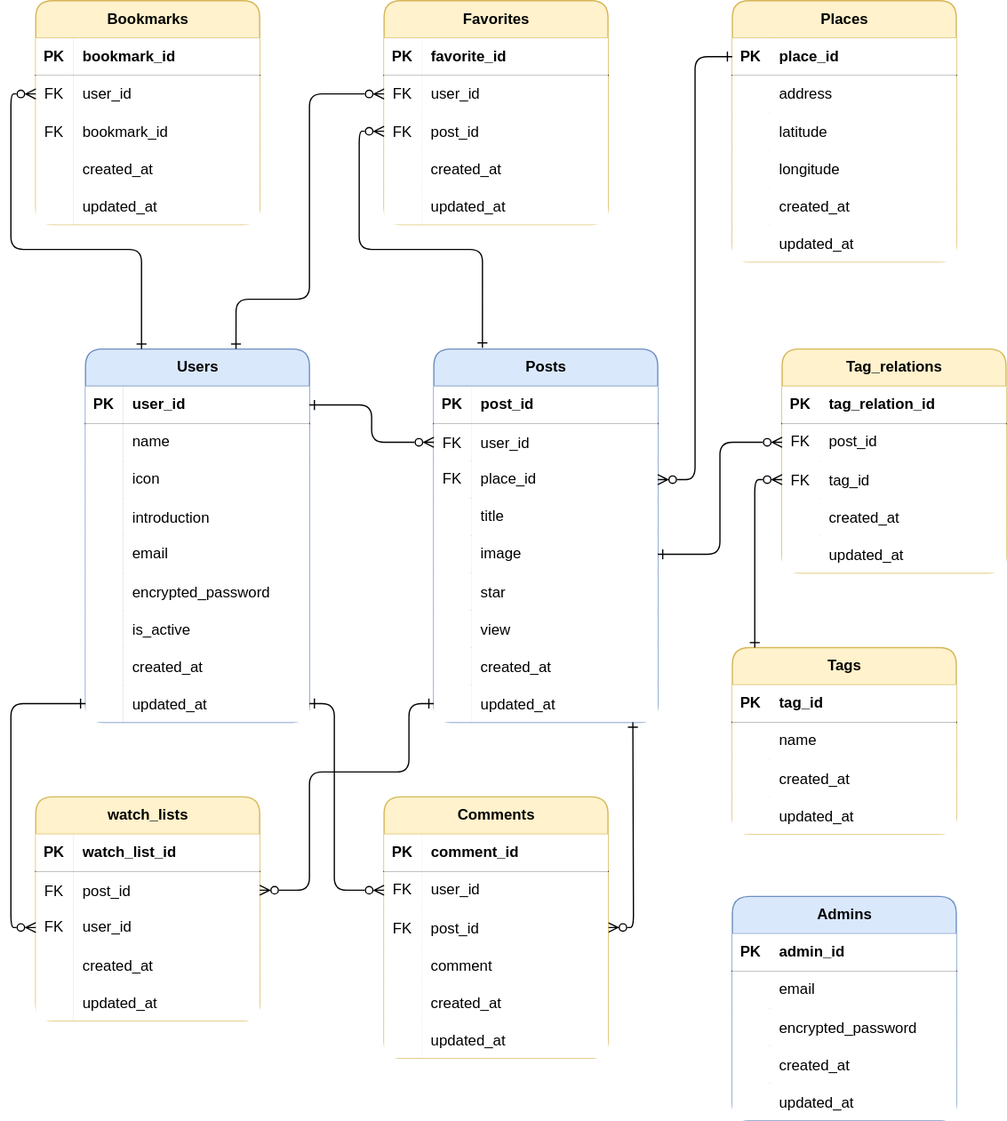
This is ER.drawio.svg from takaTWC/discoverplaces, a draw.io export, as it was before one commit. Source tidied: cells renumbered, new cells last; positions are measured from the earlier drawing's top-left corner, leaving out a move shared by most shapes.
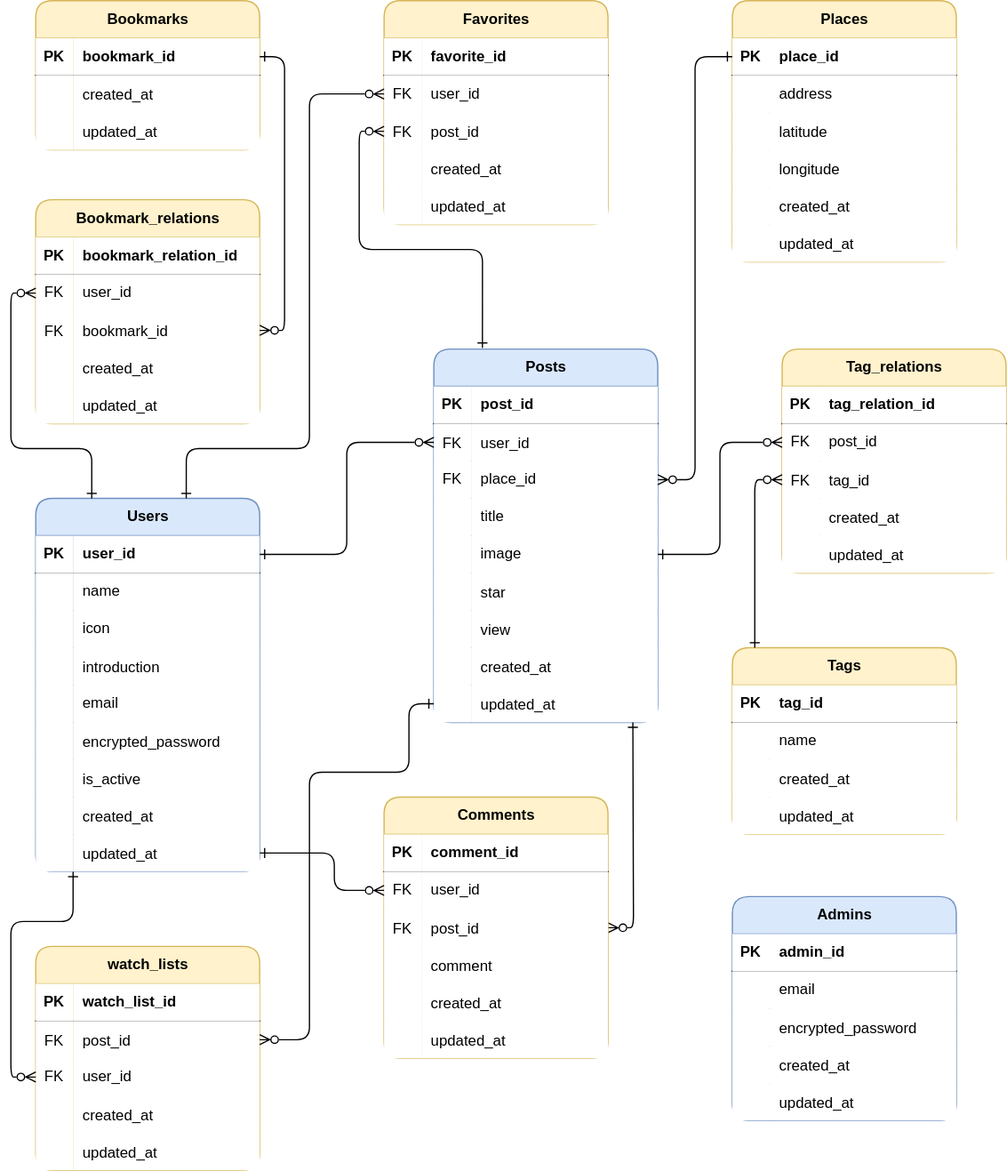
The same diagram one commit later.

Change to the diagram source:
```diff
@@ -3,7 +3,7 @@
     <mxCell id="0" />
     <mxCell id="1" parent="0" />
     <mxCell id="2" value="Users" style="shape=table;startSize=30;rowLines=0;fontStyle=1;align=center;html=1;fillColor=#dae8fc;rounded=1;shadow=0;strokeColor=#6c8ebf;" parent="1" vertex="1">
-      <mxGeometry x="60" y="280" width="180" height="300" as="geometry" />
+      <mxGeometry x="20" y="400" width="180" height="300" as="geometry" />
     </mxCell>
     <mxCell id="3" style="shape=tableRow;horizontal=0;startSize=0;swimlaneHead=0;swimlaneBody=0;fillColor=none;points=[[0,0.5],[1,0.5]];portConstraint=eastwest;top=0;left=0;right=0;bottom=1;" parent="2" vertex="1">
       <mxGeometry y="30" width="180" height="30" as="geometry" />
@@ -363,7 +363,7 @@
       <mxGeometry x="30" width="150" height="30" as="geometry" />
     </mxCell>
     <mxCell id="122" value="watch_lists" style="shape=table;startSize=30;rowLines=0;fontStyle=1;align=center;html=1;fillColor=#fff2cc;rounded=1;shadow=0;strokeColor=#d6b656;" parent="1" vertex="1">
-      <mxGeometry x="20" y="640" width="180" height="180" as="geometry" />
+      <mxGeometry x="20" y="760" width="180" height="180" as="geometry" />
     </mxCell>
     <mxCell id="123" style="shape=tableRow;horizontal=0;startSize=0;swimlaneHead=0;swimlaneBody=0;fillColor=none;top=0;left=0;right=0;bottom=1;" parent="122" vertex="1">
       <mxGeometry y="30" width="180" height="30" as="geometry" />
@@ -472,8 +472,8 @@
     <mxCell id="157" value="updated_at" style="shape=partialRectangle;fillColor=default;top=0;left=0;bottom=0;right=0;align=left;spacingLeft=6;overflow=hidden;" parent="155" vertex="1">
       <mxGeometry x="30" width="150" height="30" as="geometry" />
     </mxCell>
-    <mxCell id="158" value="Bookmarks" style="shape=table;startSize=30;rowLines=0;fontStyle=1;align=center;html=1;fillColor=#fff2cc;rounded=1;shadow=0;strokeColor=#d6b656;" parent="1" vertex="1">
-      <mxGeometry x="20" width="180" height="180" as="geometry" />
+    <mxCell id="158" value="Bookmark_relations" style="shape=table;startSize=30;rowLines=0;fontStyle=1;align=center;html=1;fillColor=#fff2cc;rounded=1;shadow=0;strokeColor=#d6b656;" parent="1" vertex="1">
+      <mxGeometry x="20" y="160" width="180" height="180" as="geometry" />
     </mxCell>
     <mxCell id="159" style="shape=tableRow;horizontal=0;startSize=0;swimlaneHead=0;swimlaneBody=0;fillColor=none;top=0;left=0;right=0;bottom=1;" parent="158" vertex="1">
       <mxGeometry y="30" width="180" height="30" as="geometry" />
@@ -481,7 +481,7 @@
     <mxCell id="160" value="PK" style="shape=partialRectangle;fillColor=default;top=0;left=0;bottom=0;right=0;fontStyle=1;overflow=hidden;whiteSpace=wrap;html=1;" parent="159" vertex="1">
       <mxGeometry width="30" height="30" as="geometry" />
     </mxCell>
-    <mxCell id="161" value="bookmark_id" style="shape=partialRectangle;fillColor=default;top=0;left=0;bottom=0;right=0;align=left;spacingLeft=6;fontStyle=1;overflow=hidden;whiteSpace=wrap;html=1;" parent="159" vertex="1">
+    <mxCell id="161" value="bookmark_relation_id" style="shape=partialRectangle;fillColor=default;top=0;left=0;bottom=0;right=0;align=left;spacingLeft=6;fontStyle=1;overflow=hidden;whiteSpace=wrap;html=1;" parent="159" vertex="1">
       <mxGeometry x="30" width="150" height="30" as="geometry" />
     </mxCell>
     <mxCell id="162" style="shape=tableRow;horizontal=0;startSize=0;swimlaneHead=0;swimlaneBody=0;fillColor=none;points=[[0,0.5],[1,0.5]];portConstraint=eastwest;top=0;left=0;right=0;bottom=0;" parent="158" vertex="1">
@@ -529,9 +529,9 @@
     <mxCell id="176" style="edgeStyle=orthogonalEdgeStyle;rounded=1;jettySize=auto;html=1;exitX=0;exitY=0.5;exitDx=0;exitDy=0;startArrow=ERzeroToMany;startFill=0;endArrow=ERone;endFill=0;entryX=0.25;entryY=0;entryDx=0;entryDy=0;" parent="1" edge="1" source="162" target="2">
       <mxGeometry relative="1" as="geometry">
         <Array as="points">
-          <mxPoint y="75" />
-          <mxPoint y="200" />
-          <mxPoint x="105" y="200" />
+          <mxPoint y="235" />
+          <mxPoint y="360" />
+          <mxPoint x="65" y="360" />
         </Array>
       </mxGeometry>
     </mxCell>
@@ -539,8 +539,8 @@
       <mxGeometry relative="1" as="geometry">
         <Array as="points">
           <mxPoint x="240" y="75" />
-          <mxPoint x="240" y="240" />
-          <mxPoint x="181" y="240" />
+          <mxPoint x="240" y="360" />
+          <mxPoint x="141" y="360" />
         </Array>
       </mxGeometry>
     </mxCell>
@@ -551,7 +551,7 @@
       <mxGeometry relative="1" as="geometry">
         <Array as="points">
           <mxPoint x="260" y="715" />
-          <mxPoint x="260" y="565" />
+          <mxPoint x="260" y="685" />
         </Array>
       </mxGeometry>
     </mxCell>
@@ -561,7 +561,7 @@
     <mxCell id="181" style="edgeStyle=orthogonalEdgeStyle;rounded=1;jettySize=auto;html=1;exitX=1;exitY=0.5;exitDx=0;exitDy=0;entryX=0;entryY=0.5;entryDx=0;entryDy=0;endArrow=ERone;endFill=0;startArrow=ERzeroToMany;startFill=0;" parent="1" edge="1" source="126" target="55">
       <mxGeometry relative="1" as="geometry">
         <Array as="points">
-          <mxPoint x="240" y="715" />
+          <mxPoint x="240" y="835" />
           <mxPoint x="240" y="620" />
           <mxPoint x="320" y="620" />
           <mxPoint x="320" y="565" />
@@ -569,7 +569,13 @@
       </mxGeometry>
     </mxCell>
     <mxCell id="182" style="edgeStyle=orthogonalEdgeStyle;rounded=1;jettySize=auto;html=1;exitX=0;exitY=0.5;exitDx=0;exitDy=0;endArrow=ERone;endFill=0;startArrow=ERzeroToMany;startFill=0;" parent="1" edge="1" source="129" target="27">
-      <mxGeometry relative="1" as="geometry" />
+      <mxGeometry relative="1" as="geometry">
+        <Array as="points">
+          <mxPoint y="865" />
+          <mxPoint y="740" />
+          <mxPoint x="50" y="740" />
+        </Array>
+      </mxGeometry>
     </mxCell>
     <mxCell id="183" style="edgeStyle=orthogonalEdgeStyle;rounded=1;jettySize=auto;html=1;exitX=0;exitY=0.5;exitDx=0;exitDy=0;entryX=1;entryY=0.5;entryDx=0;entryDy=0;endArrow=ERone;endFill=0;startArrow=ERzeroToMany;startFill=0;" parent="1" edge="1" source="94" target="43">
       <mxGeometry relative="1" as="geometry" />
@@ -622,5 +628,38 @@
     <mxCell id="199" value="updated_at" style="shape=partialRectangle;fillColor=default;top=0;left=0;bottom=0;right=0;align=left;spacingLeft=6;overflow=hidden;" parent="197" vertex="1">
       <mxGeometry x="30" width="150" height="30" as="geometry" />
     </mxCell>
+    <mxCell id="200" value="Bookmarks" style="shape=table;startSize=30;rowLines=0;fontStyle=1;align=center;html=1;fillColor=#fff2cc;rounded=1;shadow=0;strokeColor=#d6b656;" parent="1" vertex="1">
+      <mxGeometry x="20" width="180" height="120" as="geometry" />
+    </mxCell>
+    <mxCell id="201" style="shape=tableRow;horizontal=0;startSize=0;swimlaneHead=0;swimlaneBody=0;fillColor=none;points=[[0,0.5],[1,0.5]];portConstraint=eastwest;top=0;left=0;right=0;bottom=1;" parent="200" vertex="1">
+      <mxGeometry y="30" width="180" height="30" as="geometry" />
+    </mxCell>
+    <mxCell id="202" value="PK" style="shape=partialRectangle;fillColor=default;top=0;left=0;bottom=0;right=0;fontStyle=1;overflow=hidden;whiteSpace=wrap;html=1;" parent="201" vertex="1">
+      <mxGeometry width="30" height="30" as="geometry" />
+    </mxCell>
+    <mxCell id="203" value="bookmark_id" style="shape=partialRectangle;fillColor=default;top=0;left=0;bottom=0;right=0;align=left;spacingLeft=6;fontStyle=1;overflow=hidden;whiteSpace=wrap;html=1;" parent="201" vertex="1">
+      <mxGeometry x="30" width="150" height="30" as="geometry" />
+    </mxCell>
+    <mxCell id="204" style="shape=tableRow;horizontal=0;startSize=0;swimlaneHead=0;swimlaneBody=0;fillColor=none;top=0;left=0;right=0;bottom=0;" parent="200" vertex="1">
+      <mxGeometry y="60" width="180" height="30" as="geometry" />
+    </mxCell>
+    <mxCell id="205" style="shape=partialRectangle;fillColor=default;top=0;left=0;bottom=0;right=0;overflow=hidden;" parent="204" vertex="1">
+      <mxGeometry width="30" height="30" as="geometry" />
+    </mxCell>
+    <mxCell id="206" value="created_at" style="shape=partialRectangle;fillColor=default;top=0;left=0;bottom=0;right=0;align=left;spacingLeft=6;overflow=hidden;" parent="204" vertex="1">
+      <mxGeometry x="30" width="150" height="30" as="geometry" />
+    </mxCell>
+    <mxCell id="207" style="shape=tableRow;horizontal=0;startSize=0;swimlaneHead=0;swimlaneBody=0;fillColor=none;top=0;left=0;right=0;bottom=0;" parent="200" vertex="1">
+      <mxGeometry y="90" width="180" height="30" as="geometry" />
+    </mxCell>
+    <mxCell id="208" style="shape=partialRectangle;fillColor=default;top=0;left=0;bottom=0;right=0;overflow=hidden;" parent="207" vertex="1">
+      <mxGeometry width="30" height="30" as="geometry" />
+    </mxCell>
+    <mxCell id="209" value="updated_at" style="shape=partialRectangle;fillColor=default;top=0;left=0;bottom=0;right=0;align=left;spacingLeft=6;overflow=hidden;" parent="207" vertex="1">
+      <mxGeometry x="30" width="150" height="30" as="geometry" />
+    </mxCell>
+    <mxCell id="210" style="edgeStyle=orthogonalEdgeStyle;rounded=1;jettySize=auto;html=1;exitX=1;exitY=0.5;exitDx=0;exitDy=0;entryX=1;entryY=0.5;entryDx=0;entryDy=0;endArrow=ERzeroToMany;endFill=0;startArrow=ERone;startFill=0;" parent="1" edge="1" source="201" target="165">
+      <mxGeometry relative="1" as="geometry" />
+    </mxCell>
   </root>
 </mxGraphModel>
```
